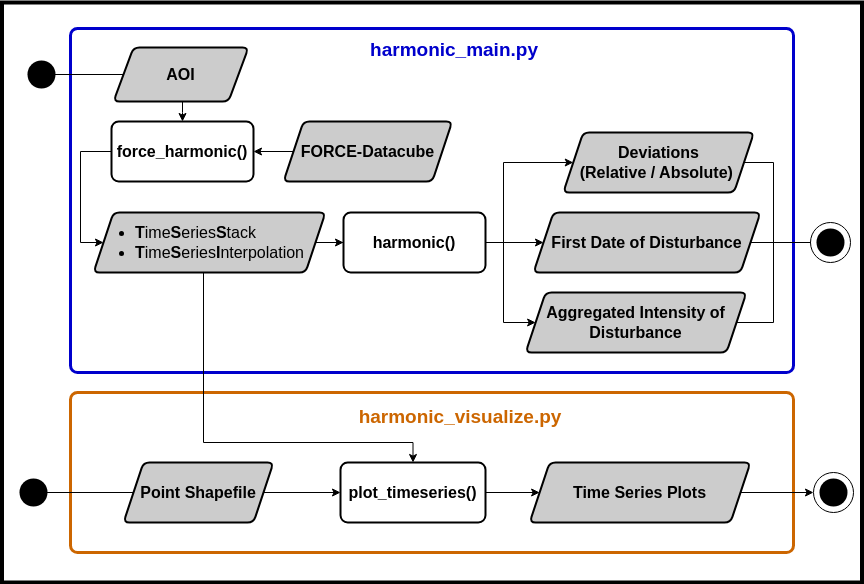
The draw.io diagram img/flowchart.png in LUP-LuftbildUmweltPlanung/SITS_change_harmonic, before a commit. Source tidied: cells renumbered, new cells last; positions are measured from the earlier drawing's top-left corner, leaving out a move shared by most shapes. Its diagram source:
```xml
<mxGraphModel>
  <root>
    <mxCell id="0" />
    <mxCell id="1" parent="0" />
    <mxCell id="2" style="rounded=0;whiteSpace=wrap;html=1;strokeColor=#000000;strokeWidth=4;" parent="1" vertex="1">
      <mxGeometry x="0.5" width="860" height="580" as="geometry" />
    </mxCell>
    <mxCell id="3" style="rounded=1;whiteSpace=wrap;html=1;absoluteArcSize=1;arcSize=14;strokeWidth=3;fillColor=#FFFFFF;strokeColor=#CC6600;fontColor=#CC6600;" parent="1" vertex="1">
      <mxGeometry x="69" y="390" width="723" height="160" as="geometry" />
    </mxCell>
    <mxCell id="4" style="rounded=1;whiteSpace=wrap;html=1;absoluteArcSize=1;arcSize=14;strokeWidth=3;fillColor=#FFFFFF;strokeColor=#0000CC;fontColor=#0000CC;" parent="1" vertex="1">
      <mxGeometry x="69" y="26" width="723" height="344" as="geometry" />
    </mxCell>
    <mxCell id="5" style="edgeStyle=orthogonalEdgeStyle;rounded=0;jettySize=auto;html=1;entryX=0.5;entryY=0;entryDx=0;entryDy=0;" parent="1" edge="1" source="6" target="9">
      <mxGeometry relative="1" as="geometry">
        <Array as="points">
          <mxPoint x="181" y="110" />
          <mxPoint x="181" y="110" />
        </Array>
      </mxGeometry>
    </mxCell>
    <mxCell id="6" value="AOI" style="shape=parallelogram;perimeter=parallelogramPerimeter;whiteSpace=wrap;html=1;fixedSize=1;rounded=1;strokeWidth=2;arcSize=12;fontSize=16;fillColor=#CCCCCC;fontStyle=1;fontFamily=Helvetica;" parent="1" vertex="1">
      <mxGeometry x="112" y="45" width="135" height="54" as="geometry" />
    </mxCell>
    <mxCell id="7" value="harmonic_main.py" style="text;html=1;align=center;verticalAlign=middle;whiteSpace=wrap;rounded=0;fontStyle=1;fontSize=19;fontColor=#0000CC;" parent="1" vertex="1">
      <mxGeometry x="373" y="33" width="160" height="30" as="geometry" />
    </mxCell>
    <mxCell id="8" style="edgeStyle=orthogonalEdgeStyle;rounded=0;jettySize=auto;html=1;entryX=0;entryY=0.5;entryDx=0;entryDy=0;" parent="1" edge="1" source="9" target="12">
      <mxGeometry relative="1" as="geometry">
        <Array as="points">
          <mxPoint x="79" y="149" />
          <mxPoint x="79" y="240" />
        </Array>
      </mxGeometry>
    </mxCell>
    <mxCell id="9" value="force_harmonic()" style="whiteSpace=wrap;html=1;fontSize=16;rounded=1;strokeWidth=2;arcSize=12;fillColor=#FFFFFF;fontStyle=1;fontFamily=Helvetica;" parent="1" vertex="1">
      <mxGeometry x="110" y="119" width="142" height="60" as="geometry" />
    </mxCell>
    <mxCell id="10" style="edgeStyle=orthogonalEdgeStyle;rounded=0;jettySize=auto;html=1;" parent="1" edge="1" source="12" target="24">
      <mxGeometry relative="1" as="geometry" />
    </mxCell>
    <mxCell id="11" style="edgeStyle=orthogonalEdgeStyle;rounded=0;jettySize=auto;html=1;entryX=0.5;entryY=0;entryDx=0;entryDy=0;" parent="1" edge="1" source="12" target="18">
      <mxGeometry relative="1" as="geometry">
        <Array as="points">
          <mxPoint x="202" y="440" />
          <mxPoint x="412" y="440" />
        </Array>
      </mxGeometry>
    </mxCell>
    <mxCell id="12" value="&lt;ul&gt;&lt;li&gt;T&lt;span style=&quot;font-weight: normal;&quot;&gt;ime&lt;/span&gt;S&lt;span style=&quot;font-weight: normal;&quot;&gt;eries&lt;/span&gt;S&lt;span style=&quot;font-weight: normal;&quot;&gt;tack&lt;/span&gt;&lt;/li&gt;&lt;li&gt;T&lt;span style=&quot;font-weight: normal;&quot;&gt;ime&lt;/span&gt;S&lt;span style=&quot;font-weight: normal;&quot;&gt;eries&lt;/span&gt;I&lt;span style=&quot;font-weight: normal;&quot;&gt;nterpolation&lt;/span&gt;&lt;/li&gt;&lt;/ul&gt;" style="shape=parallelogram;perimeter=parallelogramPerimeter;whiteSpace=wrap;html=1;fixedSize=1;fontSize=16;rounded=1;strokeWidth=2;arcSize=12;fillColor=#CCCCCC;verticalAlign=middle;fontStyle=1;fontFamily=Helvetica;align=left;" parent="1" vertex="1">
      <mxGeometry x="92" y="210" width="232" height="60" as="geometry" />
    </mxCell>
    <mxCell id="13" style="edgeStyle=orthogonalEdgeStyle;rounded=0;jettySize=auto;html=1;entryX=0;entryY=0.5;entryDx=0;entryDy=0;endArrow=none;endFill=0;" parent="1" edge="1" source="14" target="6">
      <mxGeometry relative="1" as="geometry" />
    </mxCell>
    <mxCell id="14" style="shape=waypoint;sketch=0;fillStyle=solid;size=6;points=[];fillColor=none;perimeter=centerPerimeter;snapToPoint=1;strokeWidth=12;" parent="1" vertex="1">
      <mxGeometry x="30" y="62" width="20" height="20" as="geometry" />
    </mxCell>
    <mxCell id="15" style="edgeStyle=orthogonalEdgeStyle;rounded=0;jettySize=auto;html=1;entryX=1;entryY=0.5;entryDx=0;entryDy=0;" parent="1" edge="1" source="20" target="9">
      <mxGeometry relative="1" as="geometry" />
    </mxCell>
    <mxCell id="16" value="Deviations &lt;br&gt;(Relative / Absolute)&lt;span style=&quot;background-color: initial;&quot;&gt;&amp;nbsp;&lt;/span&gt;" style="shape=parallelogram;perimeter=parallelogramPerimeter;whiteSpace=wrap;html=1;fixedSize=1;fontSize=16;rounded=1;strokeWidth=2;arcSize=12;fontStyle=1;fontFamily=Helvetica;fillColor=#CCCCCC;" parent="1" vertex="1">
      <mxGeometry x="561.8" y="130" width="190.8" height="60" as="geometry" />
    </mxCell>
    <mxCell id="17" style="edgeStyle=orthogonalEdgeStyle;rounded=0;jettySize=auto;html=1;entryX=0;entryY=0.5;entryDx=0;entryDy=0;" parent="1" edge="1" source="18" target="37">
      <mxGeometry relative="1" as="geometry" />
    </mxCell>
    <mxCell id="18" value="plot_timeseries()" style="whiteSpace=wrap;html=1;fontSize=16;rounded=1;strokeWidth=2;arcSize=12;fillColor=#FFFFFF;fontStyle=1;fontFamily=Helvetica;" parent="1" vertex="1">
      <mxGeometry x="339" y="460" width="145" height="60" as="geometry" />
    </mxCell>
    <mxCell id="19" value="harmonic_visualize.py" style="text;html=1;align=center;verticalAlign=middle;whiteSpace=wrap;rounded=0;fontStyle=1;fontSize=19;fontColor=#CC6600;" parent="1" vertex="1">
      <mxGeometry x="379" y="400" width="160" height="30" as="geometry" />
    </mxCell>
    <mxCell id="20" value="&lt;span style=&quot;font-size: 16px;&quot;&gt;&lt;span style=&quot;font-size: 16px;&quot;&gt;&lt;font style=&quot;font-size: 16px;&quot;&gt;FORCE-Datacube&lt;/font&gt;&lt;/span&gt;&lt;/span&gt;" style="shape=parallelogram;perimeter=parallelogramPerimeter;whiteSpace=wrap;html=1;fixedSize=1;rounded=1;strokeWidth=2;arcSize=12;fillColor=#CCCCCC;fontStyle=1;fontSize=16;fontFamily=Helvetica;" parent="1" vertex="1">
      <mxGeometry x="282" y="119" width="168.8" height="60" as="geometry" />
    </mxCell>
    <mxCell id="21" style="edgeStyle=orthogonalEdgeStyle;rounded=0;jettySize=auto;html=1;entryX=0;entryY=0.5;entryDx=0;entryDy=0;exitX=1;exitY=0.5;exitDx=0;exitDy=0;" parent="1" edge="1" source="24" target="16">
      <mxGeometry relative="1" as="geometry">
        <Array as="points">
          <mxPoint x="502" y="240" />
          <mxPoint x="502" y="160" />
        </Array>
      </mxGeometry>
    </mxCell>
    <mxCell id="22" style="edgeStyle=orthogonalEdgeStyle;rounded=0;jettySize=auto;html=1;entryX=0;entryY=0.5;entryDx=0;entryDy=0;" parent="1" edge="1" source="24" target="25">
      <mxGeometry relative="1" as="geometry" />
    </mxCell>
    <mxCell id="23" style="edgeStyle=orthogonalEdgeStyle;rounded=0;jettySize=auto;html=1;entryX=0;entryY=0.5;entryDx=0;entryDy=0;" parent="1" edge="1" source="24" target="26">
      <mxGeometry relative="1" as="geometry">
        <Array as="points">
          <mxPoint x="502" y="240" />
          <mxPoint x="502" y="320" />
        </Array>
      </mxGeometry>
    </mxCell>
    <mxCell id="24" value="harmonic()" style="whiteSpace=wrap;html=1;fontSize=16;rounded=1;strokeWidth=2;arcSize=12;fillColor=#FFFFFF;fontStyle=1;fontFamily=Helvetica;" parent="1" vertex="1">
      <mxGeometry x="342" y="210" width="142" height="60" as="geometry" />
    </mxCell>
    <mxCell id="25" value="First Date of Disturbance" style="shape=parallelogram;perimeter=parallelogramPerimeter;whiteSpace=wrap;html=1;fixedSize=1;fontSize=16;rounded=1;strokeWidth=2;arcSize=12;fontStyle=1;fontFamily=Helvetica;fillColor=#CCCCCC;" parent="1" vertex="1">
      <mxGeometry x="532" y="210" width="227" height="60" as="geometry" />
    </mxCell>
    <mxCell id="26" value="Aggregated Intensity of Disturbance" style="shape=parallelogram;perimeter=parallelogramPerimeter;whiteSpace=wrap;html=1;fixedSize=1;fontSize=16;rounded=1;strokeWidth=2;arcSize=12;fontStyle=1;fontFamily=Helvetica;fillColor=#CCCCCC;" parent="1" vertex="1">
      <mxGeometry x="524.1" y="290" width="220.9" height="60" as="geometry" />
    </mxCell>
    <mxCell id="27" style="group;" parent="1" vertex="1">
      <mxGeometry x="809" y="220" width="40" height="40" as="geometry" />
    </mxCell>
    <mxCell id="28" style="verticalLabelPosition=bottom;verticalAlign=top;html=1;shape=mxgraph.flowchart.on-page_reference;" parent="27" vertex="1">
      <mxGeometry width="40" height="40" as="geometry" />
    </mxCell>
    <mxCell id="29" style="shape=waypoint;sketch=0;fillStyle=solid;size=6;fillColor=none;perimeter=centerPerimeter;strokeWidth=12;" parent="27" vertex="1">
      <mxGeometry x="10" y="10" width="20" height="20" as="geometry" />
    </mxCell>
    <mxCell id="30" style="edgeStyle=orthogonalEdgeStyle;rounded=0;jettySize=auto;html=1;entryX=0;entryY=0.5;entryDx=0;entryDy=0;entryPerimeter=0;endArrow=none;endFill=0;" parent="1" edge="1" source="16" target="28">
      <mxGeometry relative="1" as="geometry">
        <Array as="points">
          <mxPoint x="772" y="160" />
          <mxPoint x="772" y="240" />
        </Array>
      </mxGeometry>
    </mxCell>
    <mxCell id="31" style="edgeStyle=orthogonalEdgeStyle;rounded=0;jettySize=auto;html=1;entryX=0;entryY=0.5;entryDx=0;entryDy=0;entryPerimeter=0;endArrow=none;endFill=0;" parent="1" edge="1" source="25" target="28">
      <mxGeometry relative="1" as="geometry" />
    </mxCell>
    <mxCell id="32" style="edgeStyle=orthogonalEdgeStyle;rounded=0;jettySize=auto;html=1;entryX=0;entryY=0.5;entryDx=0;entryDy=0;entryPerimeter=0;endArrow=none;endFill=0;" parent="1" edge="1" source="26" target="28">
      <mxGeometry relative="1" as="geometry">
        <Array as="points">
          <mxPoint x="772" y="320" />
          <mxPoint x="772" y="240" />
        </Array>
      </mxGeometry>
    </mxCell>
    <mxCell id="33" style="edgeStyle=orthogonalEdgeStyle;rounded=0;jettySize=auto;html=1;" parent="1" edge="1" source="35" target="36">
      <mxGeometry relative="1" as="geometry" />
    </mxCell>
    <mxCell id="34" style="edgeStyle=orthogonalEdgeStyle;rounded=0;jettySize=auto;html=1;" parent="1" edge="1" source="35" target="18">
      <mxGeometry relative="1" as="geometry" />
    </mxCell>
    <mxCell id="35" value="Point Shapefile" style="shape=parallelogram;perimeter=parallelogramPerimeter;whiteSpace=wrap;html=1;fixedSize=1;fontSize=16;rounded=1;strokeWidth=2;arcSize=12;fillColor=#CCCCCC;fontStyle=1;fontFamily=Helvetica;" parent="1" vertex="1">
      <mxGeometry x="122" y="460" width="150" height="60" as="geometry" />
    </mxCell>
    <mxCell id="36" style="shape=waypoint;sketch=0;fillStyle=solid;size=6;points=[];fillColor=none;perimeter=centerPerimeter;snapToPoint=1;strokeWidth=12;" parent="1" vertex="1">
      <mxGeometry x="22" y="480" width="20" height="20" as="geometry" />
    </mxCell>
    <mxCell id="37" value="Time Series Plots" style="shape=parallelogram;perimeter=parallelogramPerimeter;whiteSpace=wrap;html=1;fixedSize=1;fontSize=16;rounded=1;strokeWidth=2;arcSize=12;fontStyle=1;fontFamily=Helvetica;fillColor=#CCCCCC;" parent="1" vertex="1">
      <mxGeometry x="528.1" y="460" width="220.9" height="60" as="geometry" />
    </mxCell>
    <mxCell id="38" style="group;" parent="1" vertex="1">
      <mxGeometry x="812" y="470" width="40" height="40" as="geometry" />
    </mxCell>
    <mxCell id="39" style="verticalLabelPosition=bottom;verticalAlign=top;html=1;shape=mxgraph.flowchart.on-page_reference;" parent="38" vertex="1">
      <mxGeometry width="40" height="40" as="geometry" />
    </mxCell>
    <mxCell id="40" style="shape=waypoint;sketch=0;fillStyle=solid;size=6;fillColor=none;perimeter=centerPerimeter;strokeWidth=12;" parent="38" vertex="1">
      <mxGeometry x="10" y="10" width="20" height="20" as="geometry" />
    </mxCell>
    <mxCell id="41" style="edgeStyle=orthogonalEdgeStyle;rounded=0;jettySize=auto;html=1;entryX=0;entryY=0.5;entryDx=0;entryDy=0;entryPerimeter=0;" parent="1" edge="1" source="37" target="39">
      <mxGeometry relative="1" as="geometry" />
    </mxCell>
  </root>
</mxGraphModel>
```
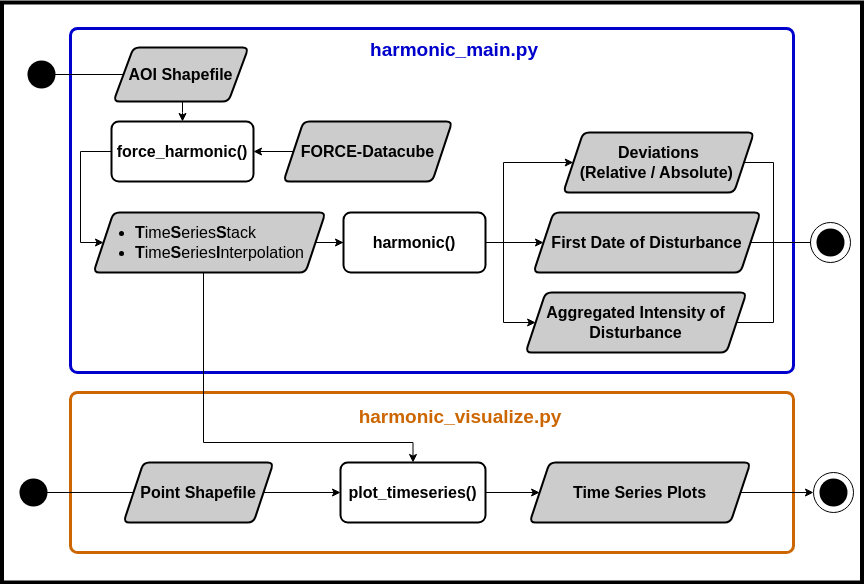
After the commit.

Change to the diagram source:
```diff
@@ -19,7 +19,7 @@
         </Array>
       </mxGeometry>
     </mxCell>
-    <mxCell id="6" value="AOI" style="shape=parallelogram;perimeter=parallelogramPerimeter;whiteSpace=wrap;html=1;fixedSize=1;rounded=1;strokeWidth=2;arcSize=12;fontSize=16;fillColor=#CCCCCC;fontStyle=1;fontFamily=Helvetica;" parent="1" vertex="1">
+    <mxCell id="6" value="AOI Shapefile" style="shape=parallelogram;perimeter=parallelogramPerimeter;whiteSpace=wrap;html=1;fixedSize=1;rounded=1;strokeWidth=2;arcSize=12;fontSize=16;fillColor=#CCCCCC;fontStyle=1;fontFamily=Helvetica;" parent="1" vertex="1">
       <mxGeometry x="112" y="45" width="135" height="54" as="geometry" />
     </mxCell>
     <mxCell id="7" value="harmonic_main.py" style="text;html=1;align=center;verticalAlign=middle;whiteSpace=wrap;rounded=0;fontStyle=1;fontSize=19;fontColor=#0000CC;" parent="1" vertex="1">
```
